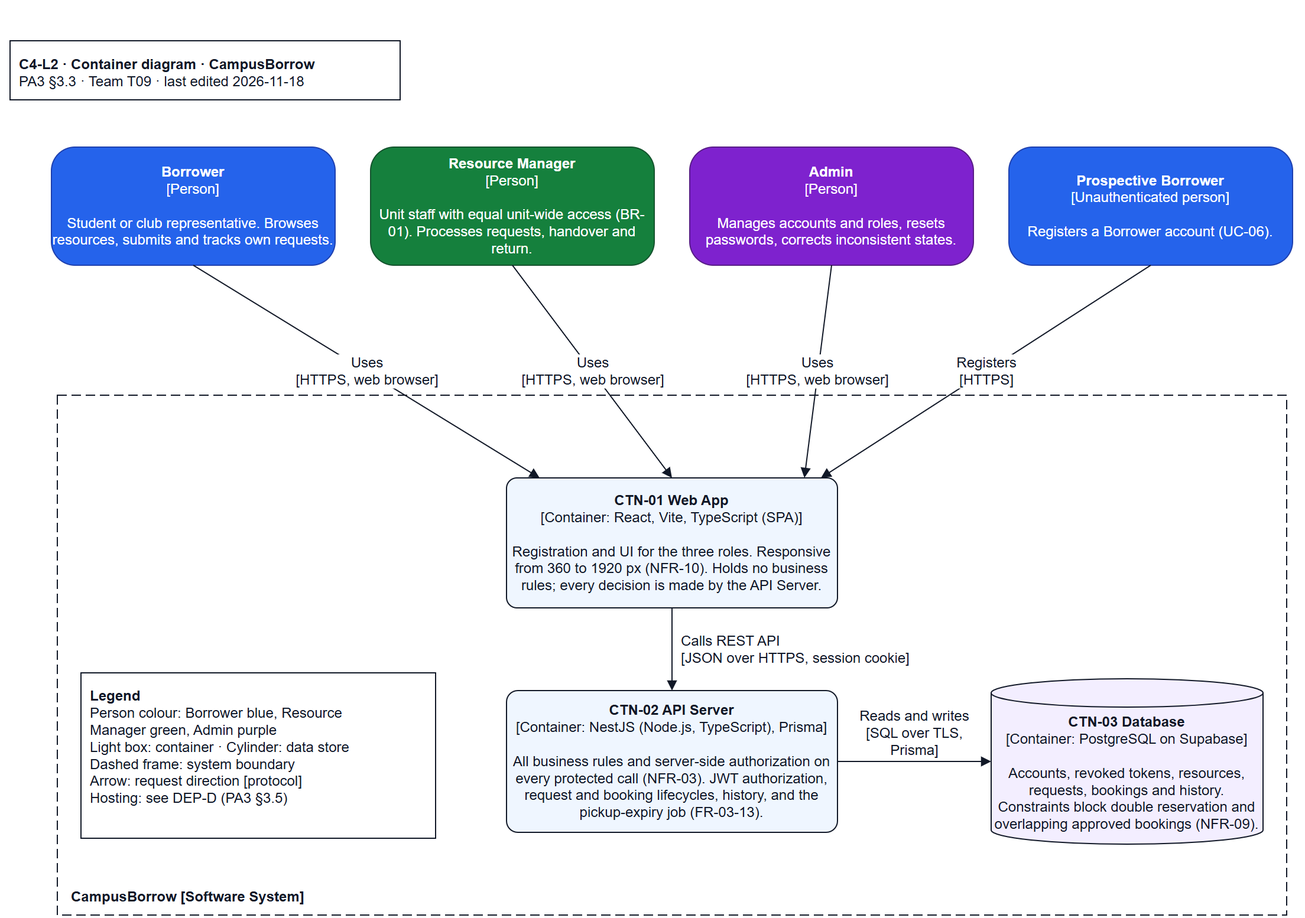
The draw.io diagram docs/design/diagrams/C4-L2_container.drawio.png in JuliaTrang/T09-CampusBorrow, before a commit. Source tidied: cells renumbered, new cells last; positions are measured from the earlier drawing's top-left corner, leaving out a move shared by most shapes.
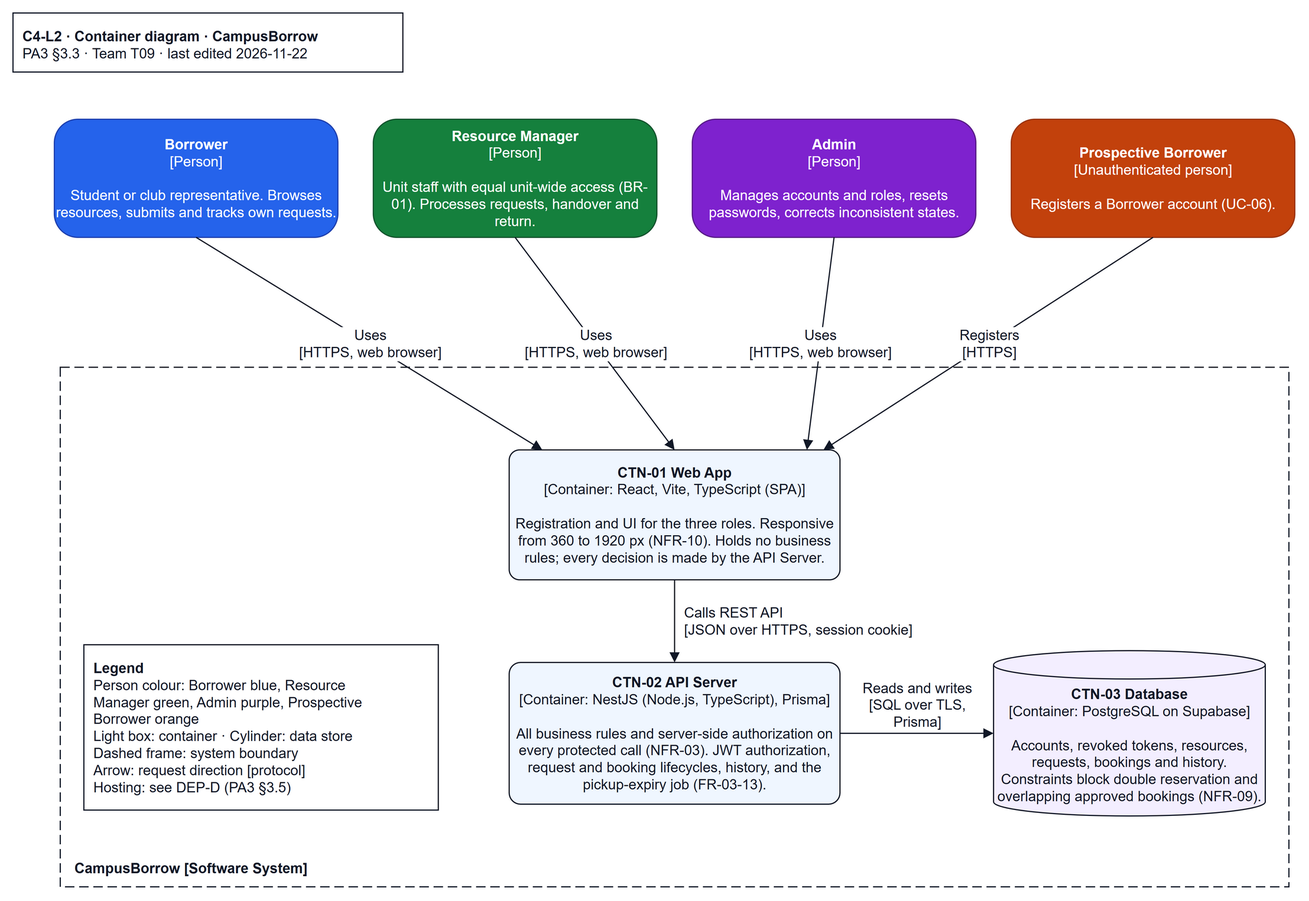
Above is the later version.

Commit message:
docs(pa3): route CO-01 to CO-03 through CMP-04, add ResourceService dependency and fix C4-L2 colour

The edit, as a diff of the source:
```diff
@@ -2,7 +2,7 @@
   <root>
     <mxCell id="0" />
     <mxCell id="1" parent="0" />
-    <mxCell id="2" value="&lt;b&gt;C4-L2 · Container diagram · CampusBorrow&lt;/b&gt;&lt;br&gt;PA3 §3.3 · Team T09 · last edited 2026-11-18" style="text;html=1;align=left;verticalAlign=top;fontFamily=Arial;fontSize=12;fontColor=#111827;strokeColor=#111827;fillColor=#FFFFFF;spacing=8;" parent="1" vertex="1">
+    <mxCell id="2" value="&lt;b&gt;C4-L2 · Container diagram · CampusBorrow&lt;/b&gt;&lt;br&gt;PA3 §3.3 · Team T09 · last edited 2026-11-22" style="text;html=1;align=left;verticalAlign=top;fontFamily=Arial;fontSize=12;fontColor=#111827;strokeColor=#111827;fillColor=#FFFFFF;spacing=8;" parent="1" vertex="1">
       <mxGeometry width="330" height="50" as="geometry" />
     </mxCell>
     <mxCell id="3" value="&lt;b&gt;Borrower&lt;/b&gt;&lt;br&gt;[Person]&lt;br&gt;&lt;br&gt;Student or club representative. Browses resources, submits and tracks own requests." style="rounded=1;arcSize=20;whiteSpace=wrap;html=1;fontFamily=Arial;fontSize=12;fillColor=#2563EB;strokeColor=#1E40AF;fontColor=#FFFFFF;" parent="1" vertex="1">
@@ -26,7 +26,7 @@
     <mxCell id="9" value="&lt;b&gt;CTN-03 Database&lt;/b&gt;&lt;br&gt;[Container: PostgreSQL on Supabase]&lt;br&gt;&lt;br&gt;Accounts, revoked tokens, resources, requests, bookings and history. Constraints block double reservation and overlapping approved bookings (NFR-09)." style="shape=cylinder3;whiteSpace=wrap;html=1;boundedLbl=1;backgroundOutline=1;size=12;fontFamily=Arial;fontSize=12;fillColor=#F3EEFF;strokeColor=#111827;fontColor=#111827;" parent="6" vertex="1">
       <mxGeometry x="790" y="240" width="230" height="140" as="geometry" />
     </mxCell>
-    <mxCell id="10" value="&lt;b&gt;Legend&lt;/b&gt;&lt;br&gt;Person colour: Borrower blue, Resource&lt;br&gt;Manager green, Admin purple&lt;br&gt;Light box: container · Cylinder: data store&lt;br&gt;Dashed frame: system boundary&lt;br&gt;Arrow: request direction [protocol]&lt;br&gt;Hosting: see DEP-D (PA3 §3.5)" style="text;html=1;align=left;verticalAlign=top;fontFamily=Arial;fontSize=12;fontColor=#111827;strokeColor=#111827;fillColor=#FFFFFF;spacing=8;" parent="6" vertex="1">
+    <mxCell id="10" value="&lt;b&gt;Legend&lt;/b&gt;&lt;br&gt;Person colour: Borrower blue, Resource&lt;br&gt;Manager green, Admin purple, Prospective&lt;br&gt;Borrower orange&lt;br&gt;Light box: container · Cylinder: data store&lt;br&gt;Dashed frame: system boundary&lt;br&gt;Arrow: request direction [protocol]&lt;br&gt;Hosting: see DEP-D (PA3 §3.5)" style="text;html=1;align=left;verticalAlign=top;fontFamily=Arial;fontSize=12;fontColor=#111827;strokeColor=#111827;fillColor=#FFFFFF;spacing=8;" parent="6" vertex="1">
       <mxGeometry x="20" y="235" width="300" height="140" as="geometry" />
     </mxCell>
     <mxCell id="11" value="Uses&lt;br&gt;[HTTPS, web browser]" style="html=1;strokeColor=#111827;fontFamily=Arial;fontSize=12;fontColor=#111827;endArrow=block;endFill=1;labelBackgroundColor=#FFFFFF;exitX=0.5;exitY=1;entryX=0.1;entryY=0;" parent="1" edge="1" source="3" target="7">
@@ -44,7 +44,7 @@
     <mxCell id="15" value="Reads and writes&lt;br&gt;[SQL over TLS,&lt;br&gt;Prisma]" style="verticalAlign=bottom;edgeStyle=orthogonalEdgeStyle;rounded=1;html=1;strokeColor=#111827;fontFamily=Arial;fontSize=12;fontColor=#111827;endArrow=block;endFill=1;labelBackgroundColor=#FFFFFF;" parent="6" edge="1" source="8" target="9">
       <mxGeometry relative="1" as="geometry" />
     </mxCell>
-    <mxCell id="16" value="&lt;b&gt;Prospective Borrower&lt;/b&gt;&lt;br&gt;[Unauthenticated person]&lt;br&gt;&lt;br&gt;Registers a Borrower account (UC-06)." style="rounded=1;arcSize=20;whiteSpace=wrap;html=1;fontFamily=Arial;fontSize=12;fillColor=#2563EB;strokeColor=#1E40AF;fontColor=#FFFFFF;" parent="1" vertex="1">
+    <mxCell id="16" value="&lt;b&gt;Prospective Borrower&lt;/b&gt;&lt;br&gt;[Unauthenticated person]&lt;br&gt;&lt;br&gt;Registers a Borrower account (UC-06)." style="rounded=1;arcSize=20;whiteSpace=wrap;html=1;fontFamily=Arial;fontSize=12;fillColor=#C2410C;strokeColor=#9A3412;fontColor=#FFFFFF;" parent="1" vertex="1">
       <mxGeometry x="845" y="90" width="240" height="100" as="geometry" />
     </mxCell>
     <mxCell id="17" value="Registers&lt;br&gt;[HTTPS]" style="html=1;strokeColor=#111827;fontFamily=Arial;fontSize=12;fontColor=#111827;endArrow=block;endFill=1;labelBackgroundColor=#FFFFFF;exitX=0.5;exitY=1;entryX=0.95;entryY=0;" parent="1" edge="1" source="16" target="7">
```
